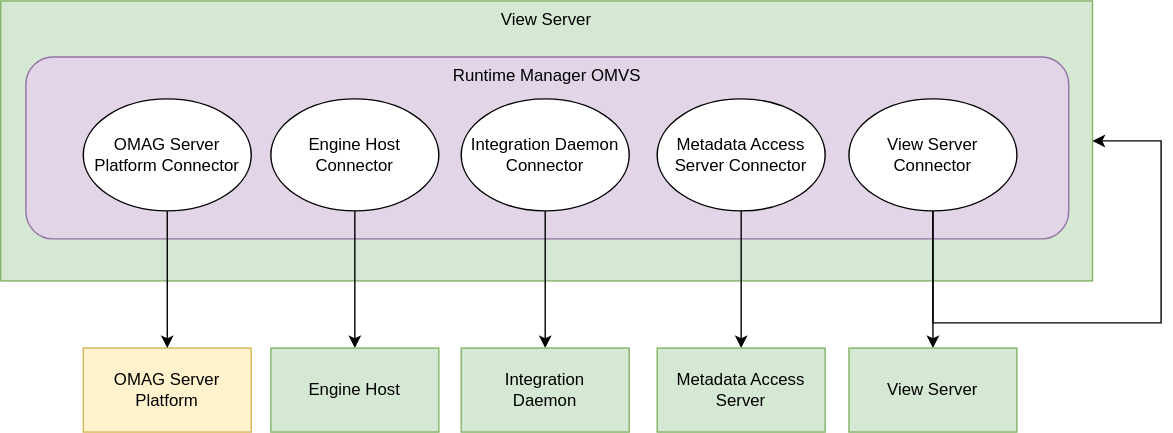
Earlier version of the draw.io export site/docs/services/omvs/runtime-manager/egeria-system-connectors.svg (odpi/egeria-docs). Source tidied: cells renumbered, new cells last; positions are measured from the earlier drawing's top-left corner, leaving out a move shared by most shapes.
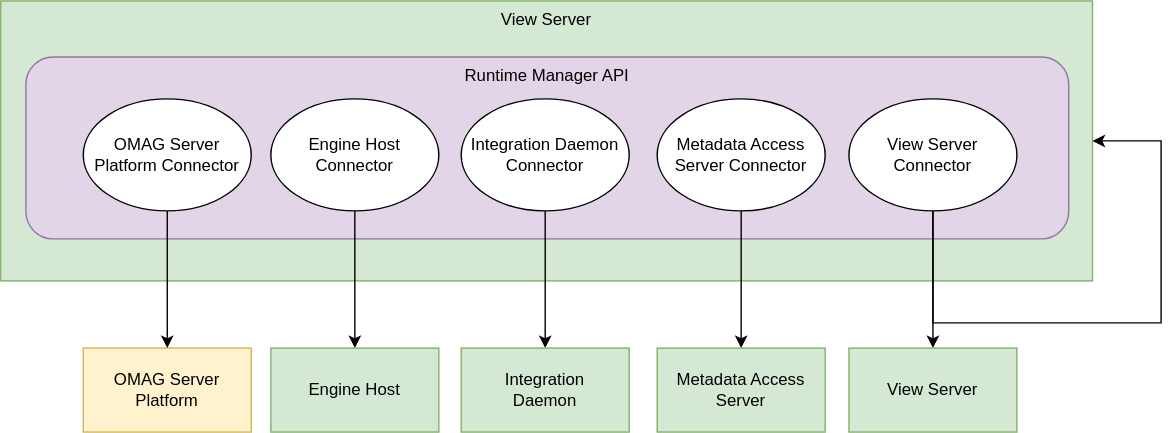
The same diagram one commit later.

What changed in the source:
```diff
@@ -5,7 +5,7 @@
     <mxCell id="2" value="View Server" style="rounded=0;whiteSpace=wrap;html=1;verticalAlign=top;fillColor=#d5e8d4;strokeColor=#82b366;" parent="1" vertex="1">
       <mxGeometry width="780" height="200" as="geometry" />
     </mxCell>
-    <mxCell id="3" value="Runtime Manager OMVS" style="rounded=1;whiteSpace=wrap;html=1;verticalAlign=top;fillColor=#e1d5e7;strokeColor=#9673a6;" parent="1" vertex="1">
+    <mxCell id="3" value="Runtime Manager API" style="rounded=1;whiteSpace=wrap;html=1;verticalAlign=top;fillColor=#e1d5e7;strokeColor=#9673a6;" parent="1" vertex="1">
       <mxGeometry x="18" y="40" width="745" height="130" as="geometry" />
     </mxCell>
     <mxCell id="4" value="OMAG Server Platform" style="rounded=0;whiteSpace=wrap;html=1;fillColor=#fff2cc;strokeColor=#d6b656;" parent="1" vertex="1">
```
